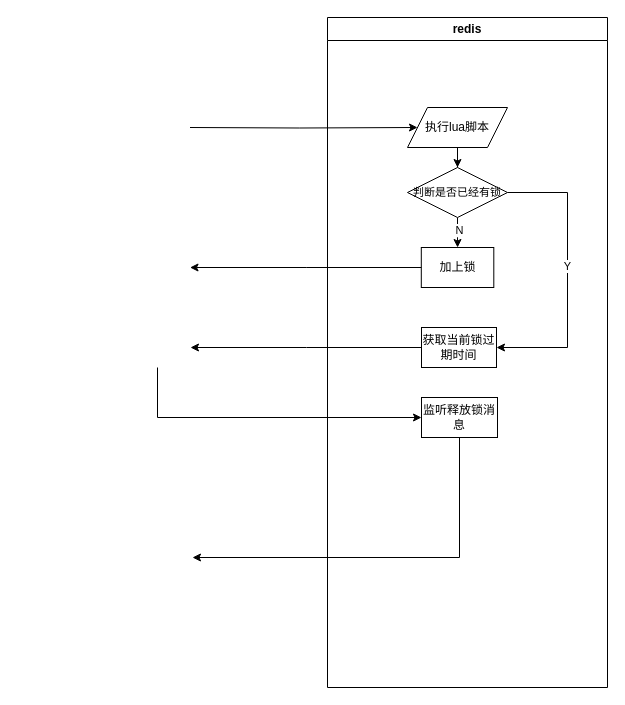
Above: draw/分布式锁.drawio in BxcGit/draw (draw.io), before the change. Source tidied: cells renumbered, new cells numbered last; positions are measured from the earlier drawing's top-left corner, leaving out a move shared by most shapes. Both pictures are drawn from the tidied source at 100%, with x=0, y=0 at pixel (157, 17).
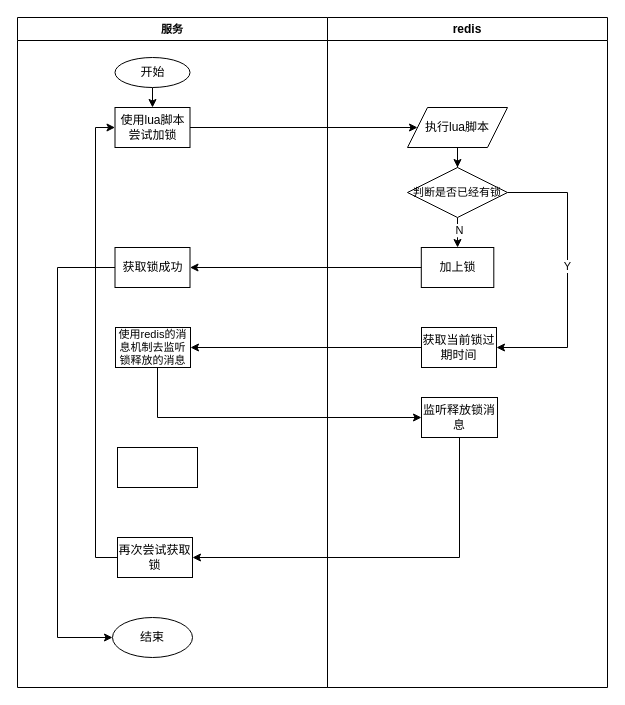
After the change.

Commit message (it also covers changes not shown here):
更新分布式锁.drawio

Unchanged cells that the change refers to:
```xml
<mxCell id="4" value="执行lua脚本" style="shape=parallelogram;perimeter=parallelogramPerimeter;whiteSpace=wrap;html=1;fixedSize=1;" parent="2" vertex="1">
  <mxGeometry x="80" y="90" width="100" height="40" as="geometry" />
</mxCell>
<mxCell id="10" value="加上锁" style="rounded=0;whiteSpace=wrap;html=1;align=center;verticalAlign=middle;" parent="2" vertex="1">
  <mxGeometry x="93.8" y="230" width="72.5" height="40" as="geometry" />
</mxCell>
<mxCell id="11" value="获取当前锁过期时间" style="rounded=0;whiteSpace=wrap;html=1;align=center;verticalAlign=middle;" parent="2" vertex="1">
  <mxGeometry x="94" y="310" width="75" height="40" as="geometry" />
</mxCell>
<mxCell id="12" value="监听释放锁消息" style="rounded=0;whiteSpace=wrap;html=1;align=center;verticalAlign=middle;" parent="2" vertex="1">
  <mxGeometry x="94" y="380" width="76" height="40" as="geometry" />
</mxCell>
```

The edit, as a diff of the source:
```diff
@@
+    <mxCell id="18" value="服务" style="swimlane;whiteSpace=wrap;html=1;fontSize=11;" parent="1" vertex="1">
+      <mxGeometry x="-140" width="310" height="670" as="geometry" />
+    </mxCell>
+    <mxCell id="19" style="edgeStyle=orthogonalEdgeStyle;rounded=0;jettySize=auto;html=1;exitX=0.5;exitY=1;exitDx=0;exitDy=0;entryX=0.5;entryY=0;entryDx=0;entryDy=0;" parent="18" edge="1" source="20" target="21">
+      <mxGeometry relative="1" as="geometry" />
+    </mxCell>
+    <mxCell id="20" value="开始" style="ellipse;whiteSpace=wrap;html=1;" parent="18" vertex="1">
+      <mxGeometry x="97.5" y="40" width="75" height="30" as="geometry" />
+    </mxCell>
+    <mxCell id="21" value="使用lua脚本尝试加锁" style="rounded=0;whiteSpace=wrap;html=1;align=center;verticalAlign=middle;" parent="18" vertex="1">
+      <mxGeometry x="97.5" y="90" width="75" height="40" as="geometry" />
+    </mxCell>
+    <mxCell id="22" style="edgeStyle=orthogonalEdgeStyle;rounded=0;jettySize=auto;html=1;entryX=0;entryY=0.5;entryDx=0;entryDy=0;" parent="18" edge="1" source="23" target="24">
+      <mxGeometry relative="1" as="geometry">
+        <Array as="points">
+          <mxPoint x="40" y="250" />
+          <mxPoint x="40" y="620" />
+        </Array>
+      </mxGeometry>
+    </mxCell>
+    <mxCell id="23" value="获取锁成功" style="rounded=0;whiteSpace=wrap;html=1;align=center;verticalAlign=middle;" parent="18" vertex="1">
+      <mxGeometry x="97.5" y="230" width="75" height="40" as="geometry" />
+    </mxCell>
+    <mxCell id="24" value="结束" style="ellipse;whiteSpace=wrap;html=1;" parent="18" vertex="1">
+      <mxGeometry x="95" y="600" width="80" height="40" as="geometry" />
+    </mxCell>
+    <mxCell id="25" value="使用redis的消息机制去监听锁释放的消息" style="rounded=0;whiteSpace=wrap;html=1;align=center;verticalAlign=middle;fontSize=11;" parent="18" vertex="1">
+      <mxGeometry x="98" y="310" width="75" height="40" as="geometry" />
+    </mxCell>
+    <mxCell id="26" style="edgeStyle=orthogonalEdgeStyle;rounded=0;jettySize=auto;html=1;entryX=0;entryY=0.5;entryDx=0;entryDy=0;" parent="18" edge="1" source="27" target="21">
+      <mxGeometry relative="1" as="geometry">
+        <Array as="points">
+          <mxPoint x="78" y="540" />
+          <mxPoint x="78" y="110" />
+        </Array>
+      </mxGeometry>
+    </mxCell>
+    <mxCell id="27" value="再次尝试获取锁" style="rounded=0;whiteSpace=wrap;html=1;align=center;verticalAlign=middle;" parent="18" vertex="1">
+      <mxGeometry x="100" y="520" width="75" height="40" as="geometry" />
+    </mxCell>
+    <mxCell id="28" style="rounded=0;whiteSpace=wrap;html=1;" parent="18" vertex="1">
+      <mxGeometry x="100" y="430" width="80" height="40" as="geometry" />
+    </mxCell>
@@
-    <mxCell id="13" style="edgeStyle=orthogonalEdgeStyle;rounded=0;jettySize=auto;html=1;entryX=0;entryY=0.5;entryDx=0;entryDy=0;" parent="1" edge="1" target="4">
-      <mxGeometry relative="1" as="geometry">
-        <mxPoint x="32.5" y="110" as="sourcePoint" />
-      </mxGeometry>
+    <mxCell id="13" style="edgeStyle=orthogonalEdgeStyle;rounded=0;jettySize=auto;html=1;entryX=0;entryY=0.5;entryDx=0;entryDy=0;" parent="1" edge="1" source="21" target="4">
+      <mxGeometry relative="1" as="geometry" />
     </mxCell>
-    <mxCell id="14" style="edgeStyle=orthogonalEdgeStyle;rounded=0;jettySize=auto;html=1;entryX=1;entryY=0.5;entryDx=0;entryDy=0;" parent="1" edge="1" source="10">
-      <mxGeometry relative="1" as="geometry">
-        <mxPoint x="32.5" y="250" as="targetPoint" />
-      </mxGeometry>
+    <mxCell id="14" style="edgeStyle=orthogonalEdgeStyle;rounded=0;jettySize=auto;html=1;entryX=1;entryY=0.5;entryDx=0;entryDy=0;" parent="1" edge="1" source="10" target="23">
+      <mxGeometry relative="1" as="geometry" />
     </mxCell>
-    <mxCell id="15" style="edgeStyle=orthogonalEdgeStyle;rounded=0;jettySize=auto;html=1;" parent="1" edge="1" source="11">
-      <mxGeometry relative="1" as="geometry">
-        <mxPoint x="33" y="330" as="targetPoint" />
-      </mxGeometry>
+    <mxCell id="15" style="edgeStyle=orthogonalEdgeStyle;rounded=0;jettySize=auto;html=1;" parent="1" edge="1" source="11" target="25">
+      <mxGeometry relative="1" as="geometry" />
     </mxCell>
-    <mxCell id="16" style="edgeStyle=orthogonalEdgeStyle;rounded=0;jettySize=auto;html=1;entryX=0;entryY=0.5;entryDx=0;entryDy=0;" parent="1" edge="1" target="12">
+    <mxCell id="16" style="edgeStyle=orthogonalEdgeStyle;rounded=0;jettySize=auto;html=1;entryX=0;entryY=0.5;entryDx=0;entryDy=0;" parent="1" edge="1" source="25" target="12">
       <mxGeometry relative="1" as="geometry">
-        <mxPoint y="350" as="sourcePoint" />
         <Array as="points">
           <mxPoint y="400" />
         </Array>
       </mxGeometry>
     </mxCell>
-    <mxCell id="17" style="edgeStyle=orthogonalEdgeStyle;rounded=0;jettySize=auto;html=1;entryX=1;entryY=0.5;entryDx=0;entryDy=0;" parent="1" edge="1" source="12">
+    <mxCell id="17" style="edgeStyle=orthogonalEdgeStyle;rounded=0;jettySize=auto;html=1;entryX=1;entryY=0.5;entryDx=0;entryDy=0;" parent="1" edge="1" source="12" target="27">
       <mxGeometry relative="1" as="geometry">
-        <mxPoint x="35" y="540" as="targetPoint" />
         <Array as="points">
           <mxPoint x="302" y="540" />
         </Array>
       </mxGeometry>
     </mxCell>
```
